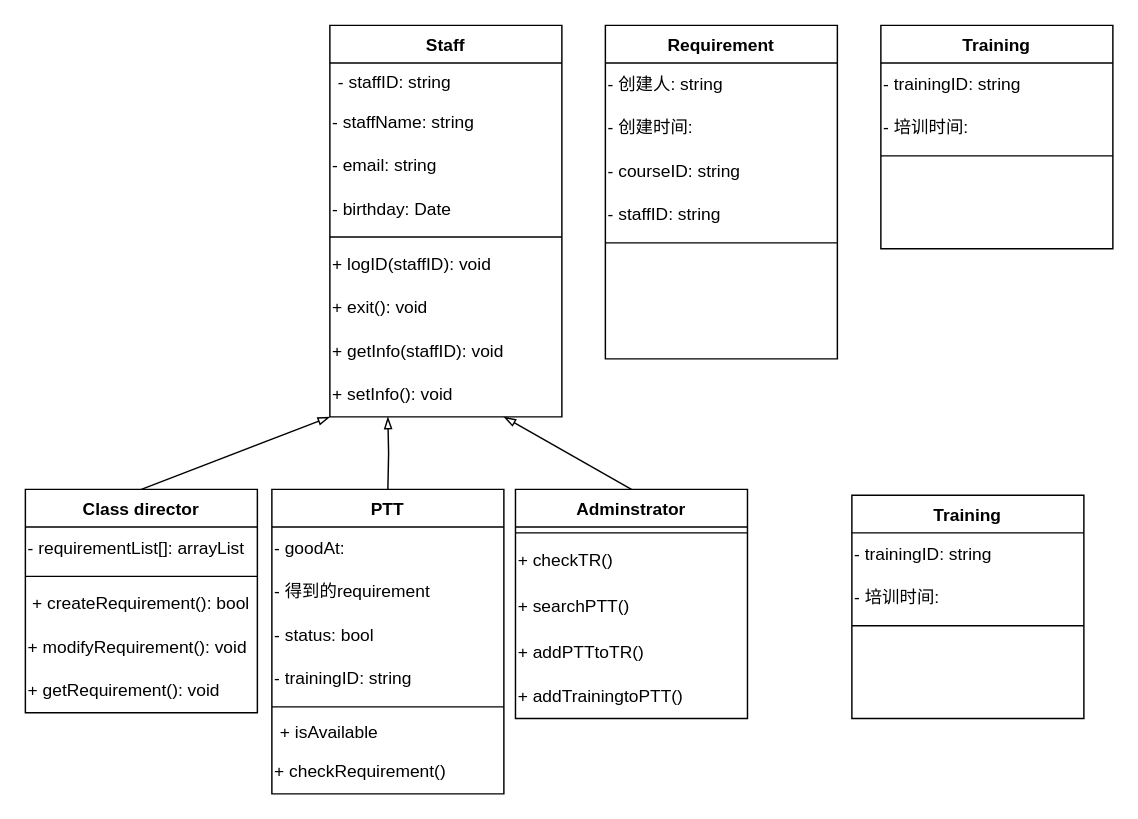
1RanShy/Software keeps this draw.io diagram as UML.drawio. Above is the earlier version. Source tidied: cells renumbered, new cells numbered last; positions are measured from the earlier drawing's top-left corner, leaving out a move shared by most shapes. Both pictures are drawn from the tidied source at 145%, with x=0, y=0 at pixel (25, 25).
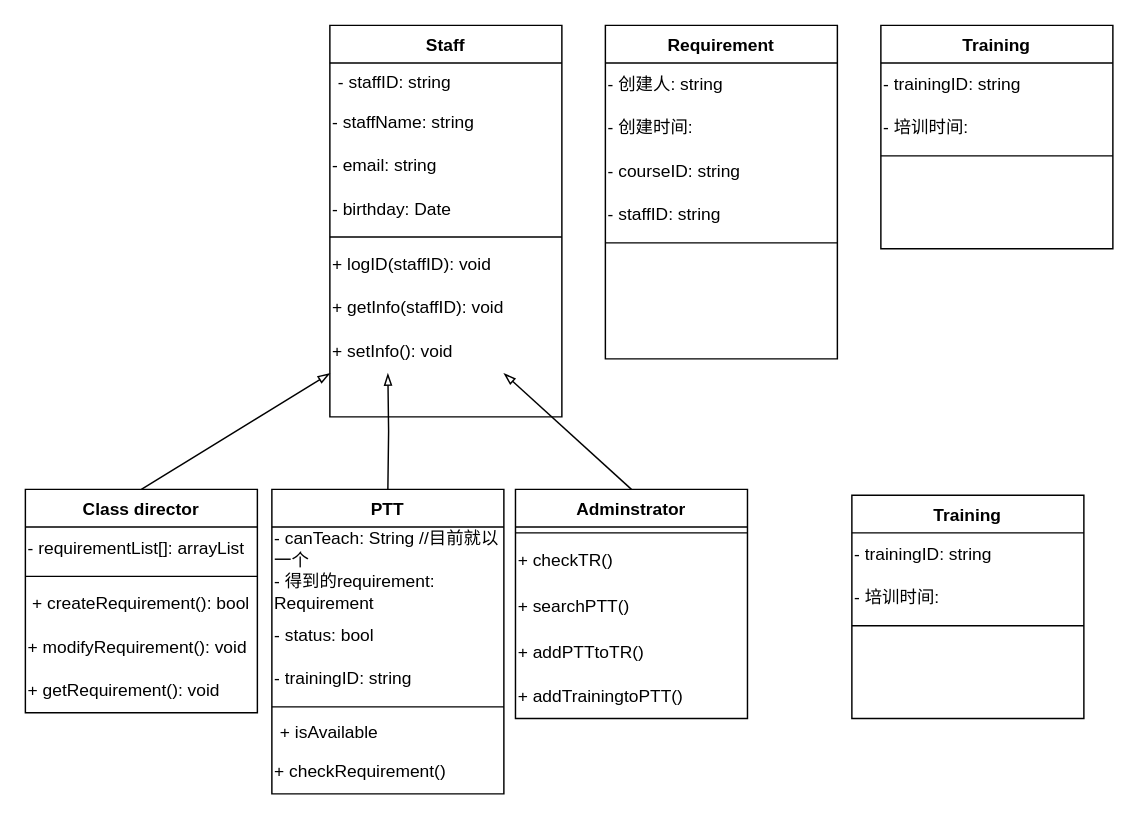
The same page after the edit.

Unchanged cells that the change refers to:
```xml
<mxCell id="2" value="Staff" style="swimlane;fontStyle=1;align=center;verticalAlign=top;horizontal=1;startSize=26;rounded=0;shadow=0;strokeWidth=1;" parent="1" vertex="1">
  <mxGeometry x="210" width="160" height="270" as="geometry" />
</mxCell>
<mxCell id="37" value="PTT" style="swimlane;fontStyle=1;align=center;verticalAlign=top;horizontal=1;startSize=26;whiteSpace=wrap;html=1;" parent="1" vertex="1">
  <mxGeometry x="170" y="320" width="160" height="210" as="geometry" />
</mxCell>
```

The edit, as a diff of the source:
```diff
@@
-    <mxCell id="9" value="+ exit(): void" style="text;html=1;strokeColor=none;fillColor=none;align=left;verticalAlign=middle;whiteSpace=wrap;rounded=0;" parent="2" vertex="1">
-      <mxGeometry y="180" width="160" height="30" as="geometry" />
-    </mxCell>
     <mxCell id="10" value="+ getInfo(staffID): void" style="text;html=1;strokeColor=none;fillColor=none;align=left;verticalAlign=middle;whiteSpace=wrap;rounded=0;" parent="2" vertex="1">
-      <mxGeometry y="210" width="160" height="30" as="geometry" />
+      <mxGeometry y="180" width="160" height="30" as="geometry" />
     </mxCell>
     <mxCell id="11" value="+ setInfo(): void" style="text;html=1;strokeColor=none;fillColor=none;align=left;verticalAlign=middle;whiteSpace=wrap;rounded=0;" parent="2" vertex="1">
-      <mxGeometry y="240" width="160" height="30" as="geometry" />
+      <mxGeometry y="210" width="160" height="30" as="geometry" />
     </mxCell>
@@
-    <mxCell id="38" value="- goodAt:" style="text;html=1;strokeColor=none;fillColor=none;align=left;verticalAlign=middle;whiteSpace=wrap;rounded=0;" parent="37" vertex="1">
+    <mxCell id="38" value="- canTeach: String //目前就以一个" style="text;html=1;strokeColor=none;fillColor=none;align=left;verticalAlign=middle;whiteSpace=wrap;rounded=0;" parent="37" vertex="1">
       <mxGeometry y="26" width="160" height="30" as="geometry" />
     </mxCell>
-    <mxCell id="39" value="- 得到的requirement" style="text;html=1;strokeColor=none;fillColor=none;align=left;verticalAlign=middle;whiteSpace=wrap;rounded=0;" parent="37" vertex="1">
+    <mxCell id="39" value="- 得到的requirement: Requirement" style="text;html=1;strokeColor=none;fillColor=none;align=left;verticalAlign=middle;whiteSpace=wrap;rounded=0;" parent="37" vertex="1">
       <mxGeometry y="56" width="160" height="30" as="geometry" />
     </mxCell>
```
